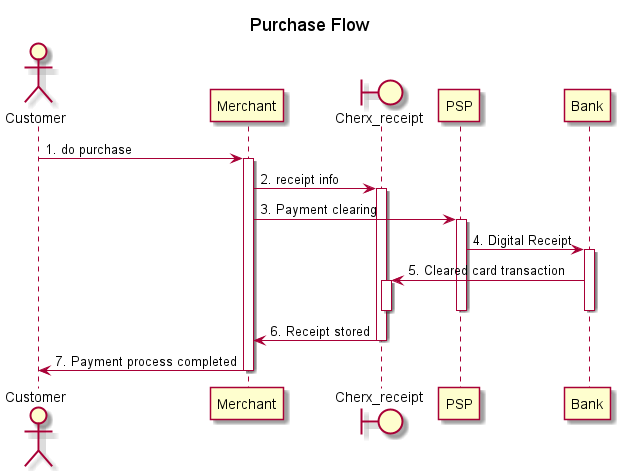
Before: out/architectural/general_idea/Purchase Flow.png, a diagram exported from PlantUML (chexr-receipt-project/Manual). The source it was exported from:
```plantuml
@startuml
Title Purchase Flow
actor Customer
participant Merchant
boundary Cherx_receipt
participant PSP
participant Bank


Customer -> Merchant : 1. do purchase
activate Merchant
Merchant -> Cherx_receipt : 2. receipt info
activate Cherx_receipt

Merchant -> PSP: 3. Payment clearing
activate PSP
PSP -> Bank: 4. Digital Receipt
activate Bank
Bank -> Cherx_receipt: 5. Cleared card transaction
activate Cherx_receipt
deactivate Cherx_receipt
deactivate Bank
deactivate PSP
Cherx_receipt -> Merchant: 6. Receipt stored

deactivate Cherx_receipt
Merchant -> Customer: 7. Payment process completed
deactivate Merchant



@enduml
```
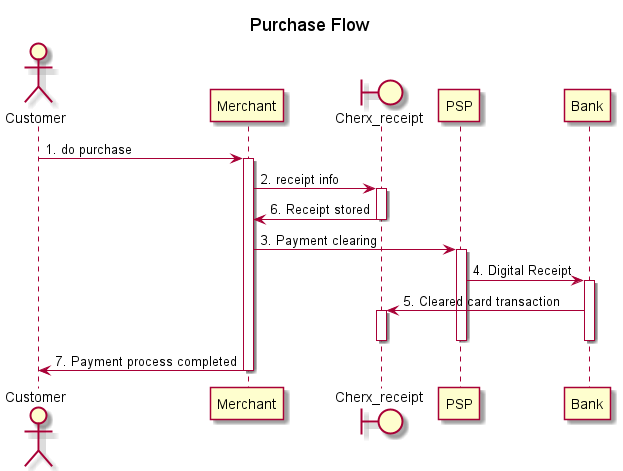
After the commit.

Diff of the diagram source:
```diff
@@ -11,7 +11,8 @@
 activate Merchant
 Merchant -> Cherx_receipt : 2. receipt info
 activate Cherx_receipt
-
+Cherx_receipt -> Merchant: 6. Receipt stored
+deactivate Cherx_receipt
 Merchant -> PSP: 3. Payment clearing
 activate PSP
 PSP -> Bank: 4. Digital Receipt
@@ -21,9 +22,8 @@
 deactivate Cherx_receipt
 deactivate Bank
 deactivate PSP
-Cherx_receipt -> Merchant: 6. Receipt stored
 
-deactivate Cherx_receipt
+
 Merchant -> Customer: 7. Payment process completed
 deactivate Merchant
 
```
